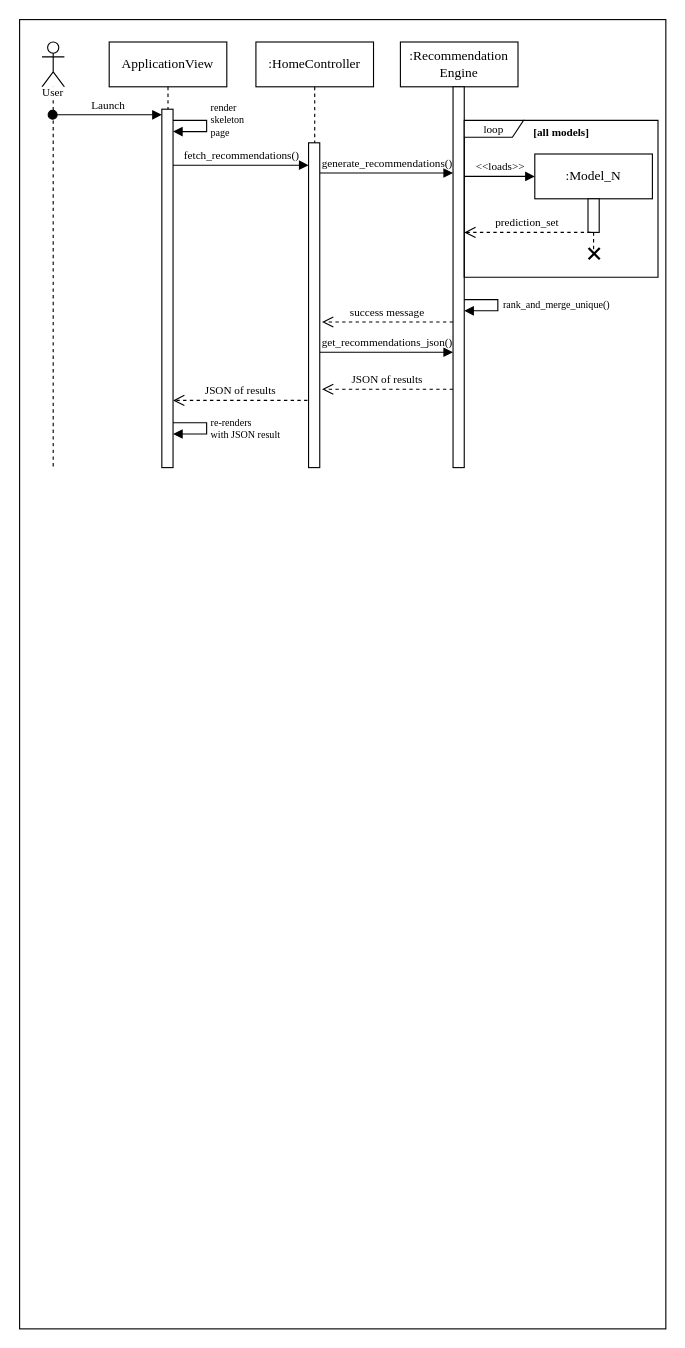
The draw.io diagram page "Default Recommendation Process" (1 of 2) of diagrams/KUEater Sequence Diagram.drawio in KU-Eater/KUEater-SRS, before the edit. Source tidied: cells renumbered, new cells numbered last; positions are measured from the earlier drawing's top-left corner, leaving out a move shared by most shapes. Both pictures are drawn from the tidied source at 112%, with x=0, y=0 at pixel (19, 19).
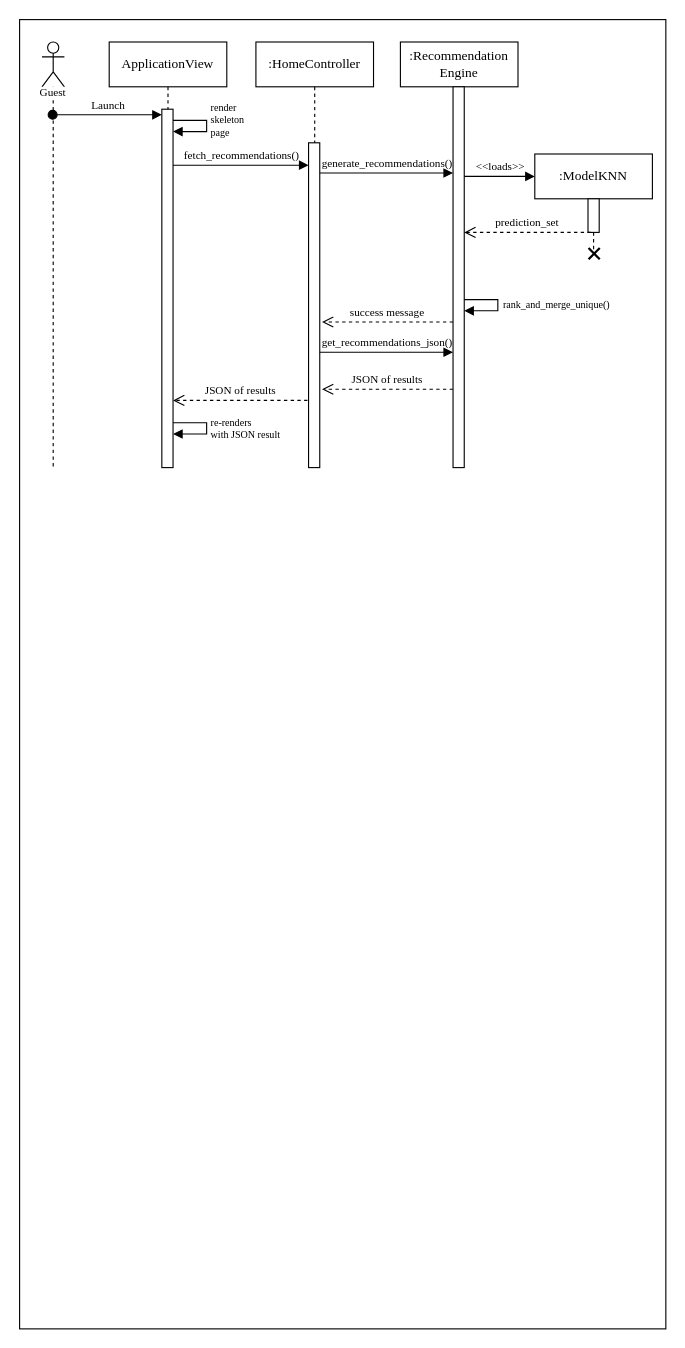
Above is the later version.

Commit message (it also covers changes not shown here):
feat: add sequence diagrams, timeline and footnotes

Diff of the diagram source:
```diff
@@
-    <mxCell id="4" value="User" style="text;html=1;align=center;verticalAlign=middle;whiteSpace=wrap;rounded=0;fontFamily=Times New Roman;spacing=0;fontSize=10;fillColor=default;" parent="1" vertex="1">
+    <mxCell id="4" value="Guest" style="text;html=1;align=center;verticalAlign=middle;whiteSpace=wrap;rounded=0;fontFamily=Times New Roman;spacing=0;fontSize=10;fillColor=default;" parent="1" vertex="1">
       <mxGeometry x="20" y="60" width="20" height="10" as="geometry" />
     </mxCell>
@@
-    <mxCell id="15" value=":Model_N" style="shape=umlLifeline;perimeter=lifelinePerimeter;whiteSpace=wrap;html=1;newEdgeStyle={&quot;curved&quot;:0,&quot;rounded&quot;:0};fontFamily=Times New Roman;" parent="1" vertex="1">
+    <mxCell id="15" value=":ModelKNN" style="shape=umlLifeline;perimeter=lifelinePerimeter;whiteSpace=wrap;html=1;newEdgeStyle={&quot;curved&quot;:0,&quot;rounded&quot;:0};fontFamily=Times New Roman;" parent="1" vertex="1">
       <mxGeometry x="460" y="120" width="105" height="90" as="geometry" />
     </mxCell>
@@
-    <mxCell id="20" value="loop" style="shape=umlFrame;whiteSpace=wrap;html=1;strokeColor=default;align=center;verticalAlign=middle;fontFamily=Times New Roman;fontSize=10;fontColor=default;labelBackgroundColor=none;fillColor=default;width=53;height=15;" parent="1" vertex="1">
-      <mxGeometry x="397" y="90" width="173" height="140" as="geometry" />
-    </mxCell>
-    <mxCell id="21" value="[all models]" style="text;html=1;align=center;verticalAlign=middle;whiteSpace=wrap;rounded=0;fontFamily=Times New Roman;fontSize=10;fontColor=default;labelBackgroundColor=none;fontStyle=1;" parent="1" vertex="1">
-      <mxGeometry x="453.5" y="93" width="60" height="13" as="geometry" />
-    </mxCell>
```
